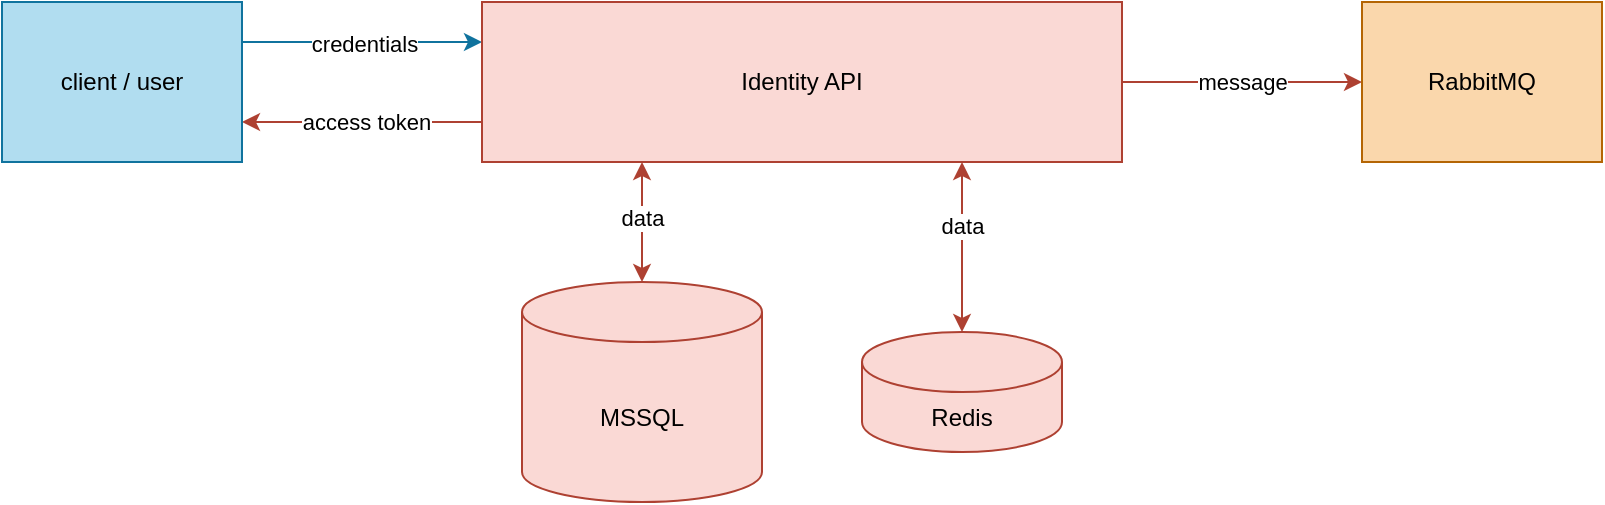
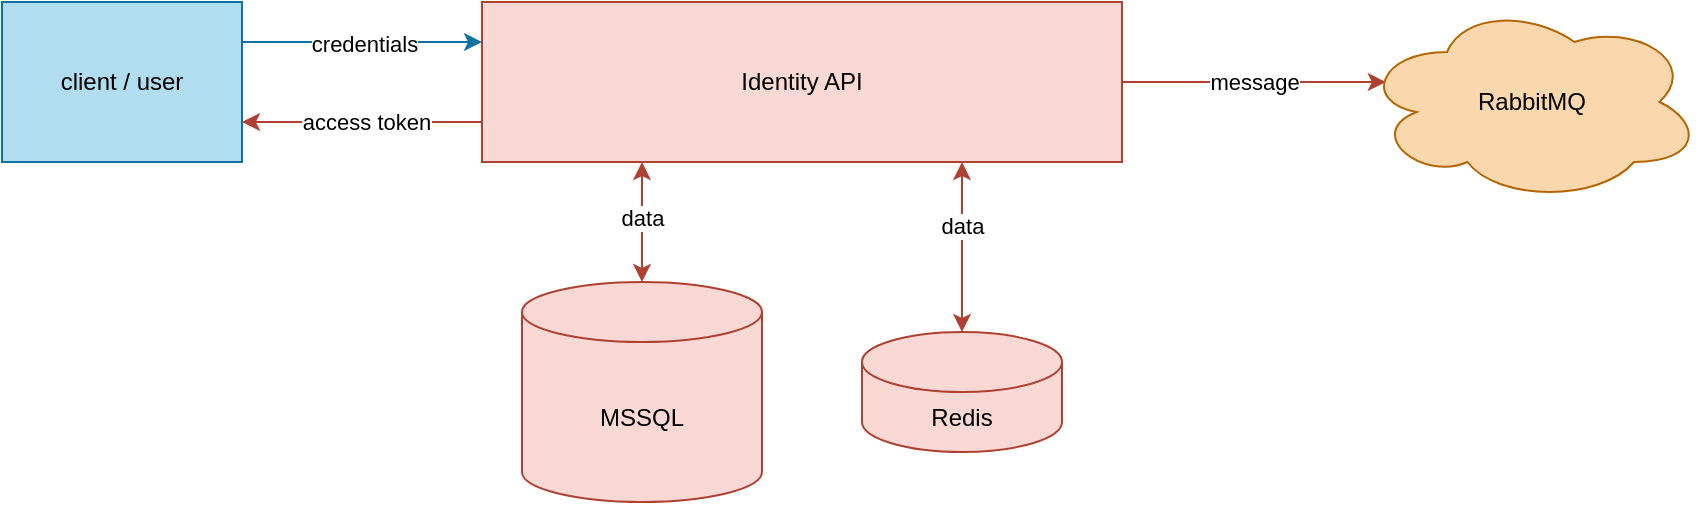
<mxfile host="app.diagrams.net" agent="Mozilla/5.0 (Windows NT 10.0; Win64; x64; rv:147.0) Gecko/20100101 Firefox/147.0">
  <diagram name="Page-1" id="YERAr8GsgPKBIJDpgwTV">
    <mxGraphModel dx="1414" dy="751" grid="1" gridSize="10" guides="1" tooltips="1" connect="1" arrows="1" fold="1" page="1" pageScale="1" pageWidth="2000" pageHeight="2000" background="none" math="0" shadow="0">
      <root>
        <mxCell id="0" />
        <mxCell id="1" parent="0" />
        <mxCell id="2hW7fFKVQDX4X5Vv7pmV-5" edge="1" parent="1" source="2hW7fFKVQDX4X5Vv7pmV-12" style="rounded=0;orthogonalLoop=1;jettySize=auto;html=1;entryX=0;entryY=0.25;entryDx=0;entryDy=0;exitX=1;exitY=0.25;exitDx=0;exitDy=0;fillColor=#b1ddf0;strokeColor=#10739e;" target="2hW7fFKVQDX4X5Vv7pmV-4" value="">
          <mxGeometry relative="1" as="geometry">
            <mxPoint x="270.00427124746193" y="41.7157287525381" as="sourcePoint" />
          </mxGeometry>
        </mxCell>
        <mxCell id="2hW7fFKVQDX4X5Vv7pmV-8" connectable="0" parent="2hW7fFKVQDX4X5Vv7pmV-5" style="edgeLabel;html=1;align=center;verticalAlign=middle;resizable=0;points=[];" value="credentials" vertex="1">
          <mxGeometry relative="1" x="0.0082" y="-1" as="geometry">
            <mxPoint as="offset" />
          </mxGeometry>
        </mxCell>
        <mxCell id="2hW7fFKVQDX4X5Vv7pmV-9" edge="1" parent="1" source="2hW7fFKVQDX4X5Vv7pmV-4" style="rounded=0;orthogonalLoop=1;jettySize=auto;html=1;exitX=0;exitY=0.75;exitDx=0;exitDy=0;entryX=1;entryY=0.75;entryDx=0;entryDy=0;fillColor=#fad9d5;strokeColor=#ae4132;" target="2hW7fFKVQDX4X5Vv7pmV-12">
          <mxGeometry relative="1" as="geometry">
            <mxPoint x="270.00427124746193" y="98.2842712474619" as="targetPoint" />
          </mxGeometry>
        </mxCell>
        <mxCell id="2hW7fFKVQDX4X5Vv7pmV-13" connectable="0" parent="2hW7fFKVQDX4X5Vv7pmV-9" style="edgeLabel;html=1;align=center;verticalAlign=middle;resizable=0;points=[];" value="access token" vertex="1">
          <mxGeometry relative="1" x="-0.0325" as="geometry">
            <mxPoint as="offset" />
          </mxGeometry>
        </mxCell>
-         <mxCell id="2hW7fFKVQDX4X5Vv7pmV-15" edge="1" parent="1" source="2hW7fFKVQDX4X5Vv7pmV-4" style="edgeStyle=orthogonalEdgeStyle;rounded=0;orthogonalLoop=1;jettySize=auto;html=1;entryX=0;entryY=0.5;entryDx=0;entryDy=0;fillColor=#fad9d5;strokeColor=#ae4132;" target="2hW7fFKVQDX4X5Vv7pmV-16" value="">
+         <mxCell id="2hW7fFKVQDX4X5Vv7pmV-15" edge="1" parent="1" source="2hW7fFKVQDX4X5Vv7pmV-4" style="edgeStyle=orthogonalEdgeStyle;rounded=0;orthogonalLoop=1;jettySize=auto;html=1;entryX=0.07;entryY=0.4;entryDx=0;entryDy=0;fillColor=#fad9d5;strokeColor=#ae4132;entryPerimeter=0;" target="b5U99AGU9FIOzD9HcehO-1" value="">
          <mxGeometry relative="1" as="geometry">
-             <mxPoint x="500" y="70" as="targetPoint" />
+             <mxPoint x="720" y="80" as="targetPoint" />
          </mxGeometry>
        </mxCell>
        <mxCell id="2hW7fFKVQDX4X5Vv7pmV-17" connectable="0" parent="2hW7fFKVQDX4X5Vv7pmV-15" style="edgeLabel;html=1;align=center;verticalAlign=middle;resizable=0;points=[];" value="message" vertex="1">
          <mxGeometry relative="1" x="-0.008" as="geometry">
            <mxPoint as="offset" />
          </mxGeometry>
        </mxCell>
        <mxCell id="2hW7fFKVQDX4X5Vv7pmV-18" edge="1" parent="1" source="2hW7fFKVQDX4X5Vv7pmV-4" style="edgeStyle=orthogonalEdgeStyle;rounded=0;orthogonalLoop=1;jettySize=auto;html=1;exitX=0.25;exitY=1;exitDx=0;exitDy=0;fillColor=#fad9d5;strokeColor=#ae4132;startArrow=classic;startFill=1;entryX=0.5;entryY=0;entryDx=0;entryDy=0;entryPerimeter=0;" target="2hW7fFKVQDX4X5Vv7pmV-19">
          <mxGeometry relative="1" as="geometry">
            <mxPoint x="310" y="170" as="targetPoint" />
          </mxGeometry>
        </mxCell>
        <mxCell id="2hW7fFKVQDX4X5Vv7pmV-23" connectable="0" parent="2hW7fFKVQDX4X5Vv7pmV-18" style="edgeLabel;html=1;align=center;verticalAlign=middle;resizable=0;points=[];" value="data" vertex="1">
          <mxGeometry relative="1" x="-0.072" as="geometry">
            <mxPoint as="offset" />
          </mxGeometry>
        </mxCell>
        <mxCell id="2hW7fFKVQDX4X5Vv7pmV-4" parent="1" style="whiteSpace=wrap;html=1;fillColor=#fad9d5;strokeColor=#ae4132;" value="Identity API" vertex="1">
          <mxGeometry height="80" width="320" x="280" y="40" as="geometry" />
        </mxCell>
        <mxCell id="2hW7fFKVQDX4X5Vv7pmV-12" parent="1" style="rounded=0;whiteSpace=wrap;html=1;fillColor=#b1ddf0;strokeColor=#10739e;" value="client / user" vertex="1">
          <mxGeometry height="80" width="120" x="40" y="40" as="geometry" />
        </mxCell>
-         <mxCell id="2hW7fFKVQDX4X5Vv7pmV-16" parent="1" style="rounded=0;whiteSpace=wrap;html=1;fillColor=#fad7ac;strokeColor=#b46504;" value="RabbitMQ" vertex="1">
-           <mxGeometry height="80" width="120" x="720" y="40" as="geometry" />
-         </mxCell>
        <mxCell id="2hW7fFKVQDX4X5Vv7pmV-19" parent="1" style="shape=cylinder3;whiteSpace=wrap;html=1;boundedLbl=1;backgroundOutline=1;size=15;fillColor=#fad9d5;strokeColor=#ae4132;" value="MSSQL" vertex="1">
          <mxGeometry height="110" width="120" x="300" y="180" as="geometry" />
        </mxCell>
        <mxCell id="2hW7fFKVQDX4X5Vv7pmV-21" parent="1" style="shape=cylinder3;whiteSpace=wrap;html=1;boundedLbl=1;backgroundOutline=1;size=15;fillColor=#fad9d5;strokeColor=#ae4132;" value="Redis" vertex="1">
          <mxGeometry height="60" width="100" x="470" y="205" as="geometry" />
        </mxCell>
        <mxCell id="2hW7fFKVQDX4X5Vv7pmV-22" edge="1" parent="1" source="2hW7fFKVQDX4X5Vv7pmV-4" style="edgeStyle=orthogonalEdgeStyle;rounded=0;orthogonalLoop=1;jettySize=auto;html=1;exitX=0.75;exitY=1;exitDx=0;exitDy=0;entryX=0.5;entryY=0;entryDx=0;entryDy=0;entryPerimeter=0;fillColor=#fad9d5;strokeColor=#ae4132;startArrow=classic;startFill=1;" target="2hW7fFKVQDX4X5Vv7pmV-21">
          <mxGeometry relative="1" as="geometry" />
        </mxCell>
        <mxCell id="2hW7fFKVQDX4X5Vv7pmV-25" connectable="0" parent="2hW7fFKVQDX4X5Vv7pmV-22" style="edgeLabel;html=1;align=center;verticalAlign=middle;resizable=0;points=[];" value="data" vertex="1">
          <mxGeometry relative="1" x="-0.2622" as="geometry">
            <mxPoint as="offset" />
          </mxGeometry>
        </mxCell>
+         <mxCell id="b5U99AGU9FIOzD9HcehO-1" parent="1" style="shape=cloud;whiteSpace=wrap;html=1;fillColor=#fad7ac;strokeColor=#b46504;" value="RabbitMQ" vertex="1">
+           <mxGeometry height="100" width="170" x="720" y="40" as="geometry" />
+         </mxCell>
      </root>
    </mxGraphModel>
  </diagram>
</mxfile>
